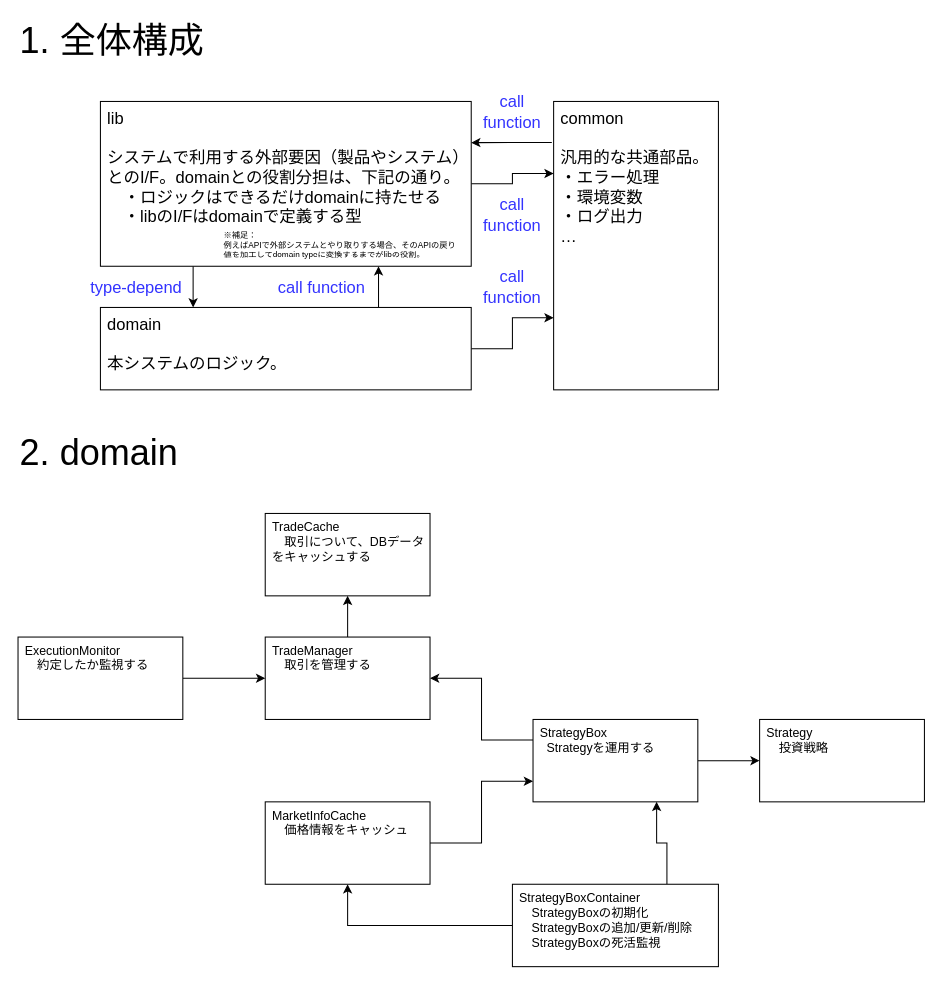
charon1212/vc-auto-trade-v2 keeps this draw.io diagram as docs/img/ApplicationImage.drawio. Above is the earlier version. Source tidied: cells renumbered, new cells numbered last; positions are measured from the earlier drawing's top-left corner, leaving out a move shared by most shapes. Both pictures are drawn from the tidied source at 103%, with x=0, y=0 at pixel (18, 19).
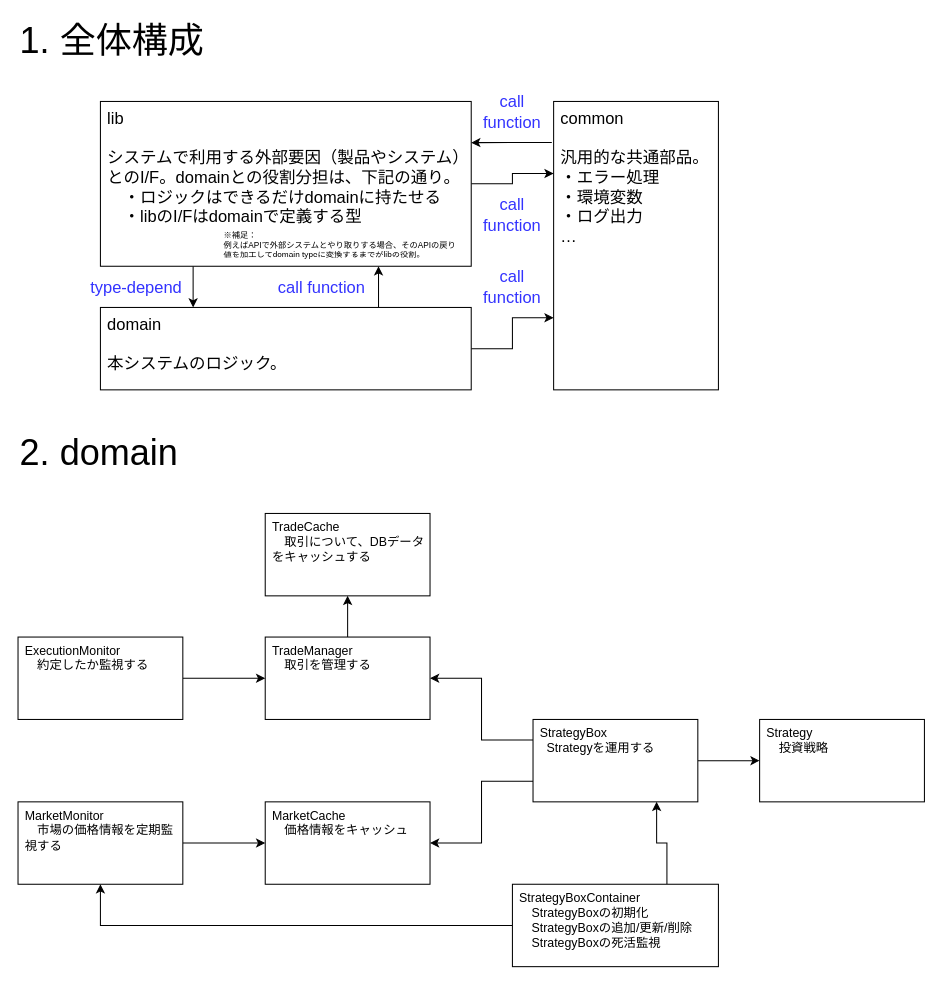
Above is the later version.

The change refers to these unchanged cells:
```xml
<mxCell id="17" value="StrategyBox&lt;br style=&quot;font-size: 12px;&quot;&gt;&amp;nbsp; Strategyを運用する" style="rounded=0;whiteSpace=wrap;html=1;fontSize=12;align=left;horizontal=1;verticalAlign=top;spacingLeft=5;" parent="1" vertex="1">
  <mxGeometry x="500" y="680" width="160" height="80" as="geometry" />
</mxCell>
<mxCell id="20" value="StrategyBoxContainer&lt;br&gt;　StrategyBoxの初期化&lt;br&gt;　StrategyBoxの追加/更新/削除&lt;br&gt;　StrategyBoxの死活監視" style="rounded=0;whiteSpace=wrap;html=1;fontSize=12;align=left;horizontal=1;verticalAlign=top;spacingLeft=5;" parent="1" vertex="1">
  <mxGeometry x="480" y="840" width="200" height="80" as="geometry" />
</mxCell>
```

The edit, as a diff of the source:
```diff
@@
-    <mxCell id="19" style="edgeStyle=orthogonalEdgeStyle;rounded=0;jettySize=auto;html=1;exitX=0;exitY=0.5;exitDx=0;exitDy=0;entryX=0.5;entryY=1;entryDx=0;entryDy=0;" parent="1" edge="1" source="20" target="22">
+    <mxCell id="19" style="edgeStyle=orthogonalEdgeStyle;rounded=0;jettySize=auto;html=1;exitX=0;exitY=0.5;exitDx=0;exitDy=0;entryX=0.5;entryY=1;entryDx=0;entryDy=0;" parent="1" edge="1" source="20" target="33">
       <mxGeometry relative="1" as="geometry" />
     </mxCell>
@@
-    <mxCell id="21" style="edgeStyle=orthogonalEdgeStyle;rounded=0;jettySize=auto;html=1;exitX=1;exitY=0.5;exitDx=0;exitDy=0;entryX=0;entryY=0.75;entryDx=0;entryDy=0;" parent="1" edge="1" source="22" target="17">
-      <mxGeometry relative="1" as="geometry" />
-    </mxCell>
-    <mxCell id="22" value="MarketInfoCache&lt;br&gt;　価格情報をキャッシュ" style="rounded=0;whiteSpace=wrap;html=1;fontSize=12;align=left;horizontal=1;verticalAlign=top;spacingLeft=5;" parent="1" vertex="1">
+    <mxCell id="22" value="MarketCache&lt;br&gt;　価格情報をキャッシュ" style="rounded=0;whiteSpace=wrap;html=1;fontSize=12;align=left;horizontal=1;verticalAlign=top;spacingLeft=5;" parent="1" vertex="1">
       <mxGeometry x="240" y="760" width="160" height="80" as="geometry" />
     </mxCell>
@@
+    <mxCell id="32" style="edgeStyle=none;html=1;entryX=0;entryY=0.5;entryDx=0;entryDy=0;" parent="1" edge="1" source="33" target="22">
+      <mxGeometry relative="1" as="geometry" />
+    </mxCell>
+    <mxCell id="33" value="MarketMonitor&lt;br&gt;　市場の価格情報を定期監視する" style="rounded=0;whiteSpace=wrap;html=1;fontSize=12;align=left;horizontal=1;verticalAlign=top;spacingLeft=5;" parent="1" vertex="1">
+      <mxGeometry y="760" width="160" height="80" as="geometry" />
+    </mxCell>
+    <mxCell id="34" style="edgeStyle=orthogonalEdgeStyle;rounded=0;jettySize=auto;html=1;exitX=0;exitY=0.75;exitDx=0;exitDy=0;entryX=1;entryY=0.5;entryDx=0;entryDy=0;" parent="1" edge="1" source="17" target="22">
+      <mxGeometry relative="1" as="geometry" />
+    </mxCell>
```
